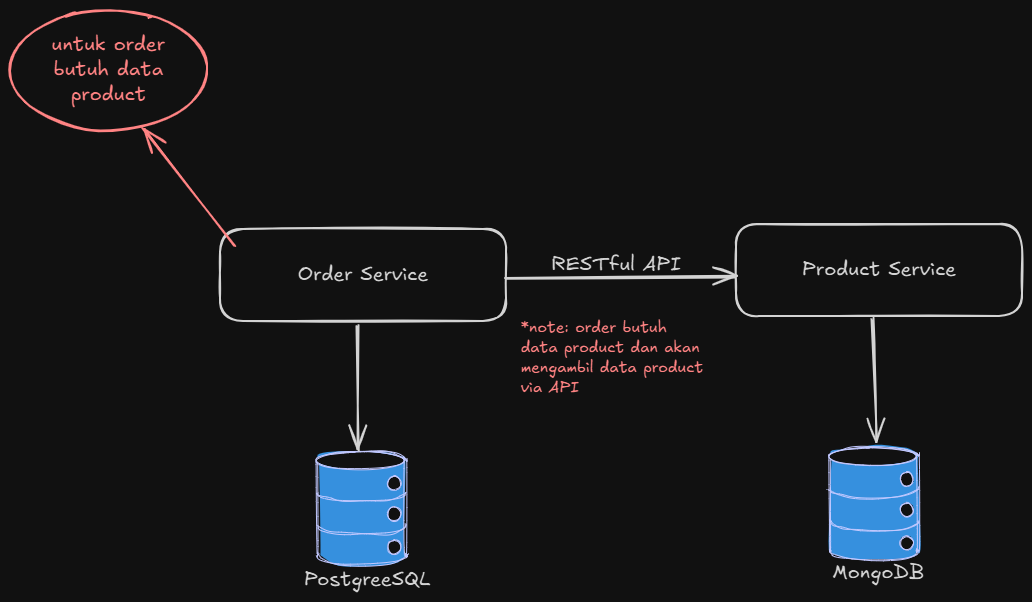
Earlier version of the Excalidraw export arch/remote-procedure-invocation.excalidraw.png (RIOKOWI/microservices-architecture). Source tidied: one line per element, renumbered; positions are measured from the earlier drawing's top-left corner, leaving out a move shared by most shapes. The source it was exported from:
```json
{"id": 0, "type": "rectangle", "strokeColor": "#1e1e1e", "strokeWidth": 2, "roughness": 1, "round": true, "x": 210, "y": 219, "width": 286, "height": 92}
{"id": 1, "type": "text", "text": "Order Service", "strokeColor": "#1e1e1e", "strokeWidth": 2, "roughness": 1, "fontSize": 20, "fontFamily": 5, "textAlign": "center", "verticalAlign": "middle", "inside": 0, "x": 288, "y": 252, "width": 130, "height": 25}
{"id": 2, "type": "rectangle", "strokeColor": "#1e1e1e", "strokeWidth": 2, "roughness": 1, "round": true, "x": 726, "y": 214, "width": 286, "height": 92}
{"id": 3, "type": "text", "text": "Product Service", "strokeColor": "#1e1e1e", "strokeWidth": 2, "roughness": 1, "fontSize": 20, "fontFamily": 5, "textAlign": "center", "verticalAlign": "middle", "inside": 2, "x": 792, "y": 248, "width": 154, "height": 25}
{"id": 4, "type": "line", "strokeColor": "#0a11d3", "backgroundColor": "#228be6", "fillStyle": "solid", "strokeWidth": 1, "roughness": 1, "round": true, "x": 308, "y": 450, "width": 88, "height": 114, "points": [[0, 0], [0, 86], [0, 96], [5, 100], [20, 104], [47, 105], [72, 103], [86, 99], [88, 95], [88, 87], [88, 7], [87, 0], [82, -5], [70, -7], [43, -9], [21, -8], [4, -4], [0, 0], [0, 0]]}
{"id": 5, "type": "line", "strokeColor": "#0a11d3", "strokeWidth": 1, "roughness": 1, "round": true, "x": 308, "y": 515, "width": 88, "height": 10, "points": [[0, 0], [2, 4], [12, 7], [26, 9], [47, 9], [71, 8], [85, 3], [88, 0]]}
{"id": 6, "type": "line", "strokeColor": "#0a11d3", "strokeWidth": 1, "roughness": 1, "round": true, "x": 307, "y": 482, "width": 88, "height": 10, "points": [[0, 0], [2, 4], [12, 7], [26, 9], [47, 9], [71, 8], [85, 3], [88, 0]]}
{"id": 7, "type": "ellipse", "strokeColor": "#0a11d3", "backgroundColor": "#fff", "fillStyle": "solid", "strokeWidth": 1, "roughness": 1, "x": 306, "y": 442, "width": 88, "height": 18}
{"id": 8, "type": "ellipse", "strokeColor": "#0a11d3", "backgroundColor": "#fff", "fillStyle": "solid", "strokeWidth": 1, "roughness": 1, "x": 378, "y": 466, "width": 13, "height": 14}
{"id": 9, "type": "ellipse", "strokeColor": "#0a11d3", "backgroundColor": "#fff", "fillStyle": "solid", "strokeWidth": 1, "roughness": 1, "x": 378, "y": 497, "width": 13, "height": 14}
{"id": 10, "type": "ellipse", "strokeColor": "#0a11d3", "backgroundColor": "#fff", "fillStyle": "solid", "strokeWidth": 1, "roughness": 1, "x": 378, "y": 530, "width": 13, "height": 14}
{"id": 11, "type": "text", "text": "PostgreeSQL", "strokeColor": "#1e1e1e", "strokeWidth": 2, "roughness": 1, "fontSize": 20, "fontFamily": 5, "x": 294, "y": 557, "width": 126, "height": 25}
{"id": 12, "type": "line", "strokeColor": "#0a11d3", "backgroundColor": "#228be6", "fillStyle": "solid", "strokeWidth": 1, "roughness": 1, "round": true, "x": 820, "y": 446, "width": 88, "height": 114, "points": [[0, 0], [0, 86], [0, 96], [5, 100], [20, 104], [47, 105], [72, 103], [86, 99], [88, 95], [88, 87], [88, 7], [87, 0], [82, -5], [70, -7], [43, -9], [21, -8], [4, -4], [0, 0], [0, 0]]}
{"id": 13, "type": "line", "strokeColor": "#0a11d3", "strokeWidth": 1, "roughness": 1, "round": true, "x": 821, "y": 511, "width": 88, "height": 10, "points": [[0, 0], [2, 4], [12, 7], [26, 9], [47, 9], [71, 8], [85, 3], [88, 0]]}
{"id": 14, "type": "line", "strokeColor": "#0a11d3", "strokeWidth": 1, "roughness": 1, "round": true, "x": 820, "y": 478, "width": 88, "height": 10, "points": [[0, 0], [2, 4], [12, 7], [26, 9], [47, 9], [71, 8], [85, 3], [88, 0]]}
{"id": 15, "type": "ellipse", "strokeColor": "#0a11d3", "backgroundColor": "#fff", "fillStyle": "solid", "strokeWidth": 1, "roughness": 1, "x": 819, "y": 438, "width": 88, "height": 18}
{"id": 16, "type": "ellipse", "strokeColor": "#0a11d3", "backgroundColor": "#fff", "fillStyle": "solid", "strokeWidth": 1, "roughness": 1, "x": 890, "y": 462, "width": 13, "height": 14}
{"id": 17, "type": "ellipse", "strokeColor": "#0a11d3", "backgroundColor": "#fff", "fillStyle": "solid", "strokeWidth": 1, "roughness": 1, "x": 890, "y": 493, "width": 13, "height": 14}
{"id": 18, "type": "ellipse", "strokeColor": "#0a11d3", "backgroundColor": "#fff", "fillStyle": "solid", "strokeWidth": 1, "roughness": 1, "x": 890, "y": 526, "width": 13, "height": 14}
{"id": 19, "type": "text", "text": "MongoDB", "strokeColor": "#1e1e1e", "strokeWidth": 2, "roughness": 1, "fontSize": 20, "fontFamily": 5, "x": 822, "y": 550, "width": 92, "height": 25}
{"id": 20, "type": "arrow", "strokeColor": "#1e1e1e", "strokeWidth": 2, "roughness": 1, "endArrowhead": "arrow", "round": true, "from": 0, "to": 2, "x": 496, "y": 268, "width": 230, "height": 2, "points": [[0, 0], [230, -2]]}
{"id": 21, "type": "text", "text": "RESTful API", "strokeColor": "#1e1e1e", "strokeWidth": 2, "roughness": 1, "fontSize": 20, "fontFamily": 5, "x": 541, "y": 242, "width": 130, "height": 25}
{"id": 22, "type": "ellipse", "strokeColor": "#e03131", "strokeWidth": 2, "roughness": 1, "round": true, "x": 0, "y": 0, "width": 197, "height": 120}
{"id": 23, "type": "text", "text": "untuk order\nbutuh data\nproduct", "strokeColor": "#e03131", "strokeWidth": 2, "roughness": 1, "fontSize": 20, "fontFamily": 5, "textAlign": "center", "verticalAlign": "middle", "inside": 22, "x": 42, "y": 23, "width": 113, "height": 75}
{"id": 24, "type": "arrow", "strokeColor": "#e03131", "strokeWidth": 2, "roughness": 1, "endArrowhead": "arrow", "round": true, "from": 0, "to": 22, "x": 225, "y": 235, "width": 92, "height": 116, "points": [[0, 0], [-92, -116]]}
{"id": 25, "type": "arrow", "strokeColor": "#1e1e1e", "strokeWidth": 2, "roughness": 1, "endArrowhead": "arrow", "round": true, "from": 0, "to": 7, "x": 347, "y": 316, "width": 2, "height": 124, "points": [[0, 0], [2, 124]]}
{"id": 26, "type": "arrow", "strokeColor": "#1e1e1e", "strokeWidth": 2, "roughness": 1, "endArrowhead": "arrow", "round": true, "from": 2, "to": 15, "x": 862, "y": 310, "width": 4, "height": 121, "points": [[0, 0], [4, 121]]}
{"id": 27, "type": "text", "text": "*note: order butuh\ndata product dan akan\nmengambil data product\nvia API", "strokeColor": "#e03131", "strokeWidth": 2, "roughness": 1, "fontSize": 16, "fontFamily": 5, "x": 511, "y": 307, "width": 186, "height": 80}
```
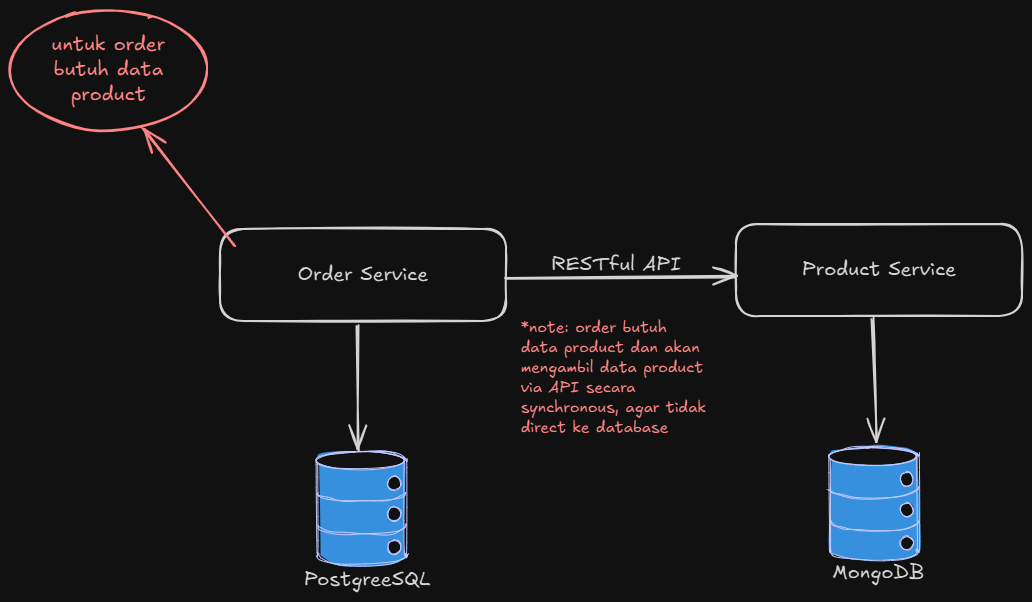
After the commit.

Diff of the diagram source:
```diff
@@ -25,4 +25,4 @@
 {"id": 24, "type": "arrow", "strokeColor": "#e03131", "strokeWidth": 2, "roughness": 1, "endArrowhead": "arrow", "round": true, "from": 0, "to": 22, "x": 225, "y": 235, "width": 92, "height": 116, "points": [[0, 0], [-92, -116]]}
 {"id": 25, "type": "arrow", "strokeColor": "#1e1e1e", "strokeWidth": 2, "roughness": 1, "endArrowhead": "arrow", "round": true, "from": 0, "to": 7, "x": 347, "y": 316, "width": 2, "height": 124, "points": [[0, 0], [2, 124]]}
 {"id": 26, "type": "arrow", "strokeColor": "#1e1e1e", "strokeWidth": 2, "roughness": 1, "endArrowhead": "arrow", "round": true, "from": 2, "to": 15, "x": 862, "y": 310, "width": 4, "height": 121, "points": [[0, 0], [4, 121]]}
-{"id": 27, "type": "text", "text": "*note: order butuh\ndata product dan akan\nmengambil data product\nvia API", "strokeColor": "#e03131", "strokeWidth": 2, "roughness": 1, "fontSize": 16, "fontFamily": 5, "x": 511, "y": 307, "width": 186, "height": 80}
+{"id": 27, "type": "text", "text": "*note: order butuh\ndata product dan akan\nmengambil data product\nvia API secara\nsynchronous, agar tidak\ndirect ke database", "strokeColor": "#e03131", "strokeWidth": 2, "roughness": 1, "fontSize": 16, "fontFamily": 5, "x": 511, "y": 307, "width": 186, "height": 120}
```
